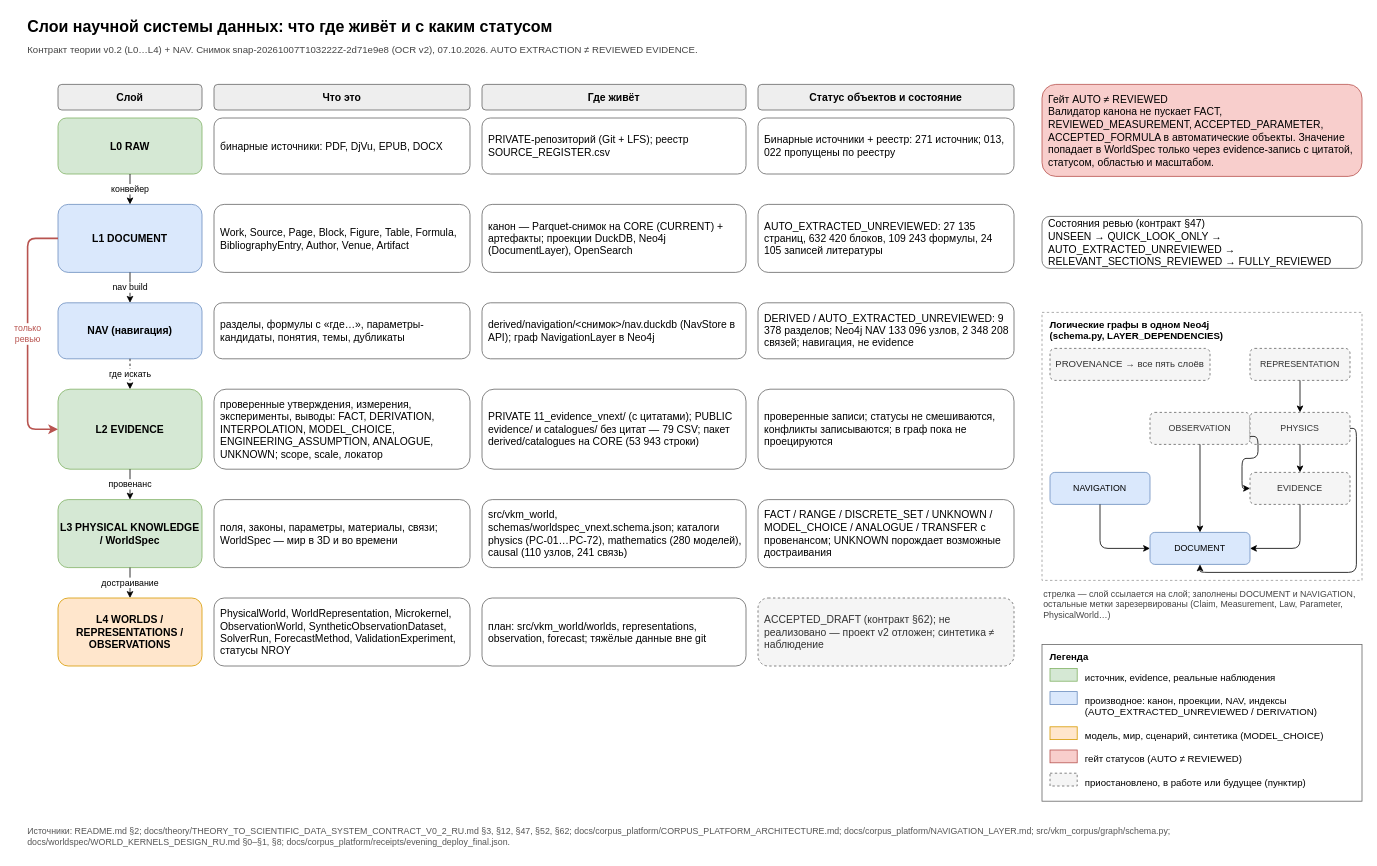
Before: docs/diagrams/data_layers.drawio in SUKUNA-AI/vkm-subsidence-forecasting, a draw.io diagram. Source tidied: cells renumbered, new cells numbered last; positions are measured from the earlier drawing's top-left corner, leaving out a move shared by most shapes. Both pictures are drawn from the tidied source at 80%, with x=0, y=0 at pixel (26, 14).
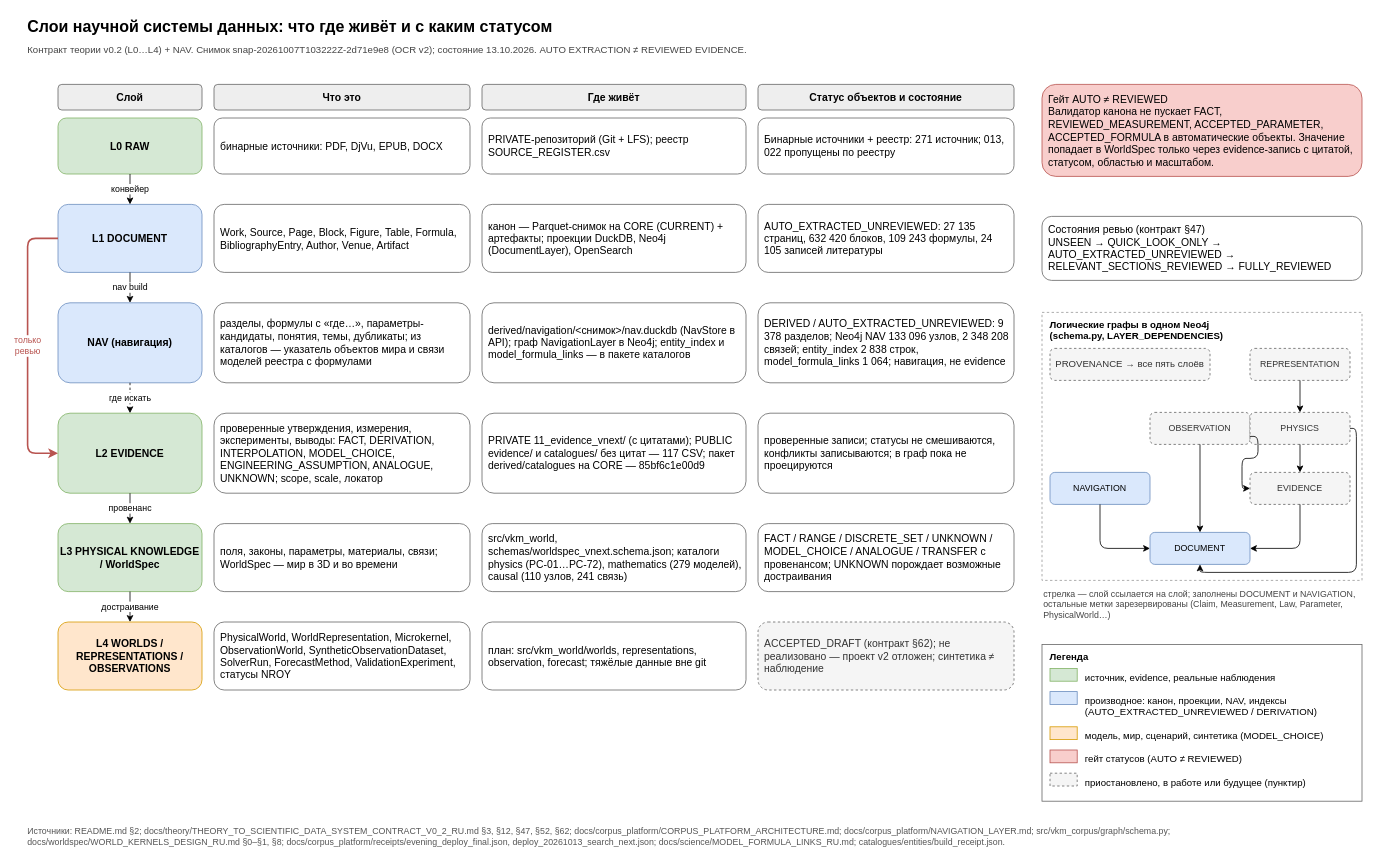
The same page after the edit.

The change refers to these unchanged cells:
```xml
<mxCell id="12" value="L1 DOCUMENT" style="fillColor=#dae8fc;fontSize=13;fontStyle=1;html=1;rounded=1;strokeColor=#6c8ebf;whiteSpace=wrap;" parent="1" vertex="1">
  <mxGeometry x="40" y="238" width="180" height="85" as="geometry" />
</mxCell>
```

What changed in the source:
```diff
@@
-    <mxCell id="3" value="Контракт теории v0.2 (L0…L4) + NAV. Снимок snap-20261007T103222Z-2d71e9e8 (OCR v2), 07.10.2026. AUTO EXTRACTION ≠ REVIEWED EVIDENCE." style="text;align=left;fontColor=#444444;fontSize=12;html=1;verticalAlign=middle;whiteSpace=wrap;" parent="1" vertex="1">
+    <mxCell id="3" value="Контракт теории v0.2 (L0…L4) + NAV. Снимок snap-20261007T103222Z-2d71e9e8 (OCR v2); состояние 13.10.2026. AUTO EXTRACTION ≠ REVIEWED EVIDENCE." style="text;align=left;fontColor=#444444;fontSize=12;html=1;verticalAlign=middle;whiteSpace=wrap;" parent="1" vertex="1">
       <mxGeometry y="32" width="1670" height="25" as="geometry" />
     </mxCell>
@@
     <mxCell id="16" value="NAV (навигация)" style="fillColor=#dae8fc;fontSize=13;fontStyle=1;html=1;rounded=1;strokeColor=#6c8ebf;whiteSpace=wrap;" parent="1" vertex="1">
-      <mxGeometry x="40" y="361" width="180" height="70" as="geometry" />
+      <mxGeometry x="40" y="361" width="180" height="100" as="geometry" />
     </mxCell>
-    <mxCell id="17" value="разделы, формулы с «где…», параметры-кандидаты, понятия, темы, дубликаты" style="align=left;fillColor=#ffffff;fontSize=13;html=1;rounded=1;spacingLeft=6;spacingRight=4;strokeColor=#666666;whiteSpace=wrap;" parent="1" vertex="1">
-      <mxGeometry x="235" y="361" width="320" height="70" as="geometry" />
+    <mxCell id="17" value="разделы, формулы с «где…», параметры-кандидаты, понятия, темы, дубликаты; из каталогов — указатель объектов мира и связи моделей реестра с формулами" style="align=left;fillColor=#ffffff;fontSize=13;html=1;rounded=1;spacingLeft=6;spacingRight=4;strokeColor=#666666;whiteSpace=wrap;" parent="1" vertex="1">
+      <mxGeometry x="235" y="361" width="320" height="100" as="geometry" />
     </mxCell>
-    <mxCell id="18" value="derived/navigation/&amp;lt;снимок&amp;gt;/nav.duckdb (NavStore в API); граф NavigationLayer в Neo4j" style="align=left;fillColor=#ffffff;fontSize=13;html=1;rounded=1;spacingLeft=6;spacingRight=4;strokeColor=#666666;whiteSpace=wrap;" parent="1" vertex="1">
-      <mxGeometry x="570" y="361" width="330" height="70" as="geometry" />
+    <mxCell id="18" value="derived/navigation/&amp;lt;снимок&amp;gt;/nav.duckdb (NavStore в API); граф NavigationLayer в Neo4j; entity_index и model_formula_links — в пакете каталогов" style="align=left;fillColor=#ffffff;fontSize=13;html=1;rounded=1;spacingLeft=6;spacingRight=4;strokeColor=#666666;whiteSpace=wrap;" parent="1" vertex="1">
+      <mxGeometry x="570" y="361" width="330" height="100" as="geometry" />
     </mxCell>
-    <mxCell id="19" value="DERIVED / AUTO_EXTRACTED_UNREVIEWED: 9 378 разделов; Neo4j NAV 133 096 узлов, 2 348 208 связей; навигация, не evidence" style="align=left;fillColor=#ffffff;fontSize=13;html=1;rounded=1;spacingLeft=6;spacingRight=4;strokeColor=#666666;whiteSpace=wrap;" parent="1" vertex="1">
-      <mxGeometry x="915" y="361" width="320" height="70" as="geometry" />
+    <mxCell id="19" value="DERIVED / AUTO_EXTRACTED_UNREVIEWED: 9 378 разделов; Neo4j NAV 133 096 узлов, 2 348 208 связей; entity_index 2 838 строк, model_formula_links 1 064; навигация, не evidence" style="align=left;fillColor=#ffffff;fontSize=13;html=1;rounded=1;spacingLeft=6;spacingRight=4;strokeColor=#666666;whiteSpace=wrap;" parent="1" vertex="1">
+      <mxGeometry x="915" y="361" width="320" height="100" as="geometry" />
     </mxCell>
     <mxCell id="20" value="L2 EVIDENCE" style="fillColor=#d5e8d4;fontSize=13;fontStyle=1;html=1;rounded=1;strokeColor=#82b366;whiteSpace=wrap;" parent="1" vertex="1">
-      <mxGeometry x="40" y="469" width="180" height="100" as="geometry" />
+      <mxGeometry x="40" y="499" width="180" height="100" as="geometry" />
     </mxCell>
     <mxCell id="21" value="проверенные утверждения, измерения, эксперименты, выводы: FACT, DERIVATION, INTERPOLATION, MODEL_CHOICE, ENGINEERING_ASSUMPTION, ANALOGUE, UNKNOWN; scope, scale, локатор" style="align=left;fillColor=#ffffff;fontSize=13;html=1;rounded=1;spacingLeft=6;spacingRight=4;strokeColor=#666666;whiteSpace=wrap;" parent="1" vertex="1">
-      <mxGeometry x="235" y="469" width="320" height="100" as="geometry" />
+      <mxGeometry x="235" y="499" width="320" height="100" as="geometry" />
     </mxCell>
-    <mxCell id="22" value="PRIVATE 11_evidence_vnext/ (с цитатами); PUBLIC evidence/ и catalogues/ без цитат — 79 CSV; пакет derived/catalogues на CORE (53 943 строки)" style="align=left;fillColor=#ffffff;fontSize=13;html=1;rounded=1;spacingLeft=6;spacingRight=4;strokeColor=#666666;whiteSpace=wrap;" parent="1" vertex="1">
-      <mxGeometry x="570" y="469" width="330" height="100" as="geometry" />
+    <mxCell id="22" value="PRIVATE 11_evidence_vnext/ (с цитатами); PUBLIC evidence/ и catalogues/ без цитат — 117 CSV; пакет derived/catalogues на CORE — 85bf6c1e00d9" style="align=left;fillColor=#ffffff;fontSize=13;html=1;rounded=1;spacingLeft=6;spacingRight=4;strokeColor=#666666;whiteSpace=wrap;" parent="1" vertex="1">
+      <mxGeometry x="570" y="499" width="330" height="100" as="geometry" />
     </mxCell>
     <mxCell id="23" value="проверенные записи; статусы не смешиваются, конфликты записываются; в граф пока не проецируются" style="align=left;fillColor=#ffffff;fontSize=13;html=1;rounded=1;spacingLeft=6;spacingRight=4;strokeColor=#666666;whiteSpace=wrap;" parent="1" vertex="1">
-      <mxGeometry x="915" y="469" width="320" height="100" as="geometry" />
+      <mxGeometry x="915" y="499" width="320" height="100" as="geometry" />
     </mxCell>
     <mxCell id="24" value="L3 PHYSICAL KNOWLEDGE / WorldSpec" style="fillColor=#d5e8d4;fontSize=13;fontStyle=1;html=1;rounded=1;strokeColor=#82b366;whiteSpace=wrap;" parent="1" vertex="1">
-      <mxGeometry x="40" y="607" width="180" height="85" as="geometry" />
+      <mxGeometry x="40" y="637" width="180" height="85" as="geometry" />
     </mxCell>
     <mxCell id="25" value="поля, законы, параметры, материалы, связи; WorldSpec — мир в 3D и во времени" style="align=left;fillColor=#ffffff;fontSize=13;html=1;rounded=1;spacingLeft=6;spacingRight=4;strokeColor=#666666;whiteSpace=wrap;" parent="1" vertex="1">
-      <mxGeometry x="235" y="607" width="320" height="85" as="geometry" />
+      <mxGeometry x="235" y="637" width="320" height="85" as="geometry" />
     </mxCell>
-    <mxCell id="26" value="src/vkm_world, schemas/worldspec_vnext.schema.json; каталоги physics (PC-01…PC-72), mathematics (280 моделей), causal (110 узлов, 241 связь)" style="align=left;fillColor=#ffffff;fontSize=13;html=1;rounded=1;spacingLeft=6;spacingRight=4;strokeColor=#666666;whiteSpace=wrap;" parent="1" vertex="1">
-      <mxGeometry x="570" y="607" width="330" height="85" as="geometry" />
+    <mxCell id="26" value="src/vkm_world, schemas/worldspec_vnext.schema.json; каталоги physics (PC-01…PC-72), mathematics (279 моделей), causal (110 узлов, 241 связь)" style="align=left;fillColor=#ffffff;fontSize=13;html=1;rounded=1;spacingLeft=6;spacingRight=4;strokeColor=#666666;whiteSpace=wrap;" parent="1" vertex="1">
+      <mxGeometry x="570" y="637" width="330" height="85" as="geometry" />
     </mxCell>
     <mxCell id="27" value="FACT / RANGE / DISCRETE_SET / UNKNOWN / MODEL_CHOICE / ANALOGUE / TRANSFER с провенансом; UNKNOWN порождает возможные достраивания" style="align=left;fillColor=#ffffff;fontSize=13;html=1;rounded=1;spacingLeft=6;spacingRight=4;strokeColor=#666666;whiteSpace=wrap;" parent="1" vertex="1">
-      <mxGeometry x="915" y="607" width="320" height="85" as="geometry" />
+      <mxGeometry x="915" y="637" width="320" height="85" as="geometry" />
     </mxCell>
     <mxCell id="28" value="L4 WORLDS / REPRESENTATIONS / OBSERVATIONS" style="fillColor=#ffe6cc;fontSize=13;fontStyle=1;html=1;rounded=1;strokeColor=#d79b00;whiteSpace=wrap;" parent="1" vertex="1">
-      <mxGeometry x="40" y="730" width="180" height="85" as="geometry" />
+      <mxGeometry x="40" y="760" width="180" height="85" as="geometry" />
     </mxCell>
     <mxCell id="29" value="PhysicalWorld, WorldRepresentation, Microkernel, ObservationWorld, SyntheticObservationDataset, SolverRun, ForecastMethod, ValidationExperiment, статусы NROY" style="align=left;fillColor=#ffffff;fontSize=13;html=1;rounded=1;spacingLeft=6;spacingRight=4;strokeColor=#666666;whiteSpace=wrap;" parent="1" vertex="1">
-      <mxGeometry x="235" y="730" width="320" height="85" as="geometry" />
+      <mxGeometry x="235" y="760" width="320" height="85" as="geometry" />
     </mxCell>
     <mxCell id="30" value="план: src/vkm_world/worlds, representations, observation, forecast; тяжёлые данные вне git" style="align=left;fillColor=#ffffff;fontSize=13;html=1;rounded=1;spacingLeft=6;spacingRight=4;strokeColor=#666666;whiteSpace=wrap;" parent="1" vertex="1">
-      <mxGeometry x="570" y="730" width="330" height="85" as="geometry" />
+      <mxGeometry x="570" y="760" width="330" height="85" as="geometry" />
     </mxCell>
     <mxCell id="31" value="ACCEPTED_DRAFT (контракт §62); не реализовано — проект v2 отложен; синтетика ≠ наблюдение" style="align=left;dashed=1;fillColor=#f5f5f5;fontColor=#333333;fontSize=13;html=1;rounded=1;spacingLeft=6;spacingRight=4;strokeColor=#666666;whiteSpace=wrap;" parent="1" vertex="1">
-      <mxGeometry x="915" y="730" width="320" height="85" as="geometry" />
+      <mxGeometry x="915" y="760" width="320" height="85" as="geometry" />
     </mxCell>
@@
     <mxCell id="33" value="Состояния ревью (контракт §47)&lt;br&gt;UNSEEN → QUICK_LOOK_ONLY → AUTO_EXTRACTED_UNREVIEWED → RELEVANT_SECTIONS_REVIEWED → FULLY_REVIEWED" style="align=left;fillColor=#ffffff;fontSize=13;html=1;rounded=1;spacingLeft=6;spacingRight=4;strokeColor=#666666;whiteSpace=wrap;" parent="1" vertex="1">
-      <mxGeometry x="1270" y="253" width="400" height="65" as="geometry" />
+      <mxGeometry x="1270" y="253" width="400" height="80" as="geometry" />
     </mxCell>
@@
-    <mxCell id="54" value="Источники: README.md §2; docs/theory/THEORY_TO_SCIENTIFIC_DATA_SYSTEM_CONTRACT_V0_2_RU.md §3, §12, §47, §52, §62; docs/corpus_platform/CORPUS_PLATFORM_ARCHITECTURE.md; docs/corpus_platform/NAVIGATION_LAYER.md; src/vkm_corpus/graph/schema.py; docs/worldspec/WORLD_KERNELS_DESIGN_RU.md §0–§1, §8; docs/corpus_platform/receipts/evening_deploy_final.json." style="text;align=left;fontColor=#555555;fontSize=11;html=1;verticalAlign=middle;whiteSpace=wrap;" parent="1" vertex="1">
+    <mxCell id="54" value="Источники: README.md §2; docs/theory/THEORY_TO_SCIENTIFIC_DATA_SYSTEM_CONTRACT_V0_2_RU.md §3, §12, §47, §52, §62; docs/corpus_platform/CORPUS_PLATFORM_ARCHITECTURE.md; docs/corpus_platform/NAVIGATION_LAYER.md; src/vkm_corpus/graph/schema.py; docs/worldspec/WORLD_KERNELS_DESIGN_RU.md §0–§1, §8; docs/corpus_platform/receipts/evening_deploy_final.json, deploy_20261013_search_next.json; docs/science/MODEL_FORMULA_LINKS_RU.md; catalogues/entities/build_receipt.json." style="text;align=left;fontColor=#555555;fontSize=11;html=1;verticalAlign=middle;whiteSpace=wrap;" parent="1" vertex="1">
       <mxGeometry y="1008" width="1670" height="40" as="geometry" />
     </mxCell>
@@
     <mxCell id="57" value="только&lt;br&gt;ревью" style="edgeStyle=orthogonalEdgeStyle;endArrow=classic;entryDx=0;entryDy=0;entryX=0;entryY=0.5;exitDx=0;exitDy=0;exitX=0;exitY=0.5;fontColor=#b85450;fontSize=11;html=1;labelBackgroundColor=#ffffff;rounded=1;strokeColor=#b85450;strokeWidth=2;" parent="1" edge="1" source="12" target="20">
       <mxGeometry relative="1" as="geometry">
         <Array as="points">
           <mxPoint x="2" y="280.5" />
-          <mxPoint x="2" y="519" />
+          <mxPoint x="2" y="549" />
         </Array>
       </mxGeometry>
     </mxCell>
```
